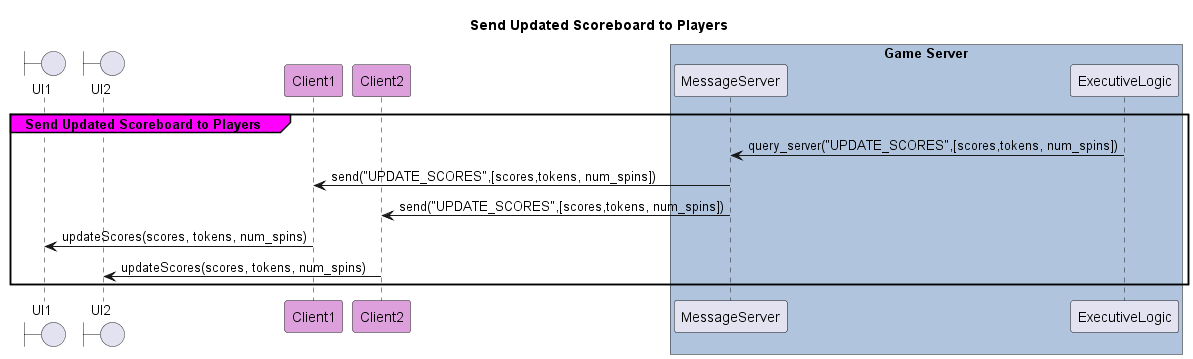
Before: out/diagrams/seq-diagram-update-scoreboard/Send Updated Scoreboard to Players.png, a diagram exported from PlantUML (poszy/def_spinit_project).
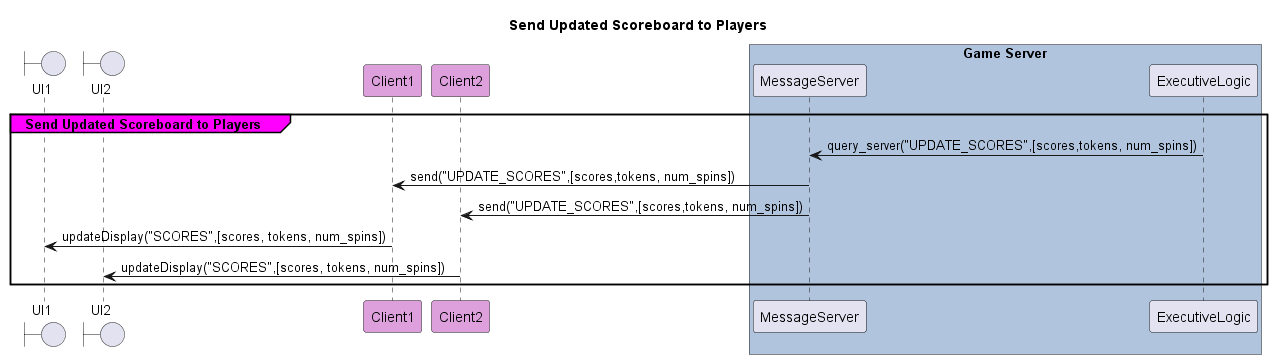
The same file after the commit.

The edit, as a diff of the source:
```diff
@@ -18,8 +18,8 @@
             Client2 <- Server: send("UPDATE_SCORES",[scores,tokens, num_spins])
 
 
-            UI1 <- Client1: updateScores(scores, tokens, num_spins)
-            UI2 <- Client2: updateScores(scores, tokens, num_spins)
+            UI1 <- Client1: updateDisplay("SCORES",[scores, tokens, num_spins])
+            UI2 <- Client2: updateDisplay("SCORES",[scores, tokens, num_spins])
         end
 
 @enduml
```
